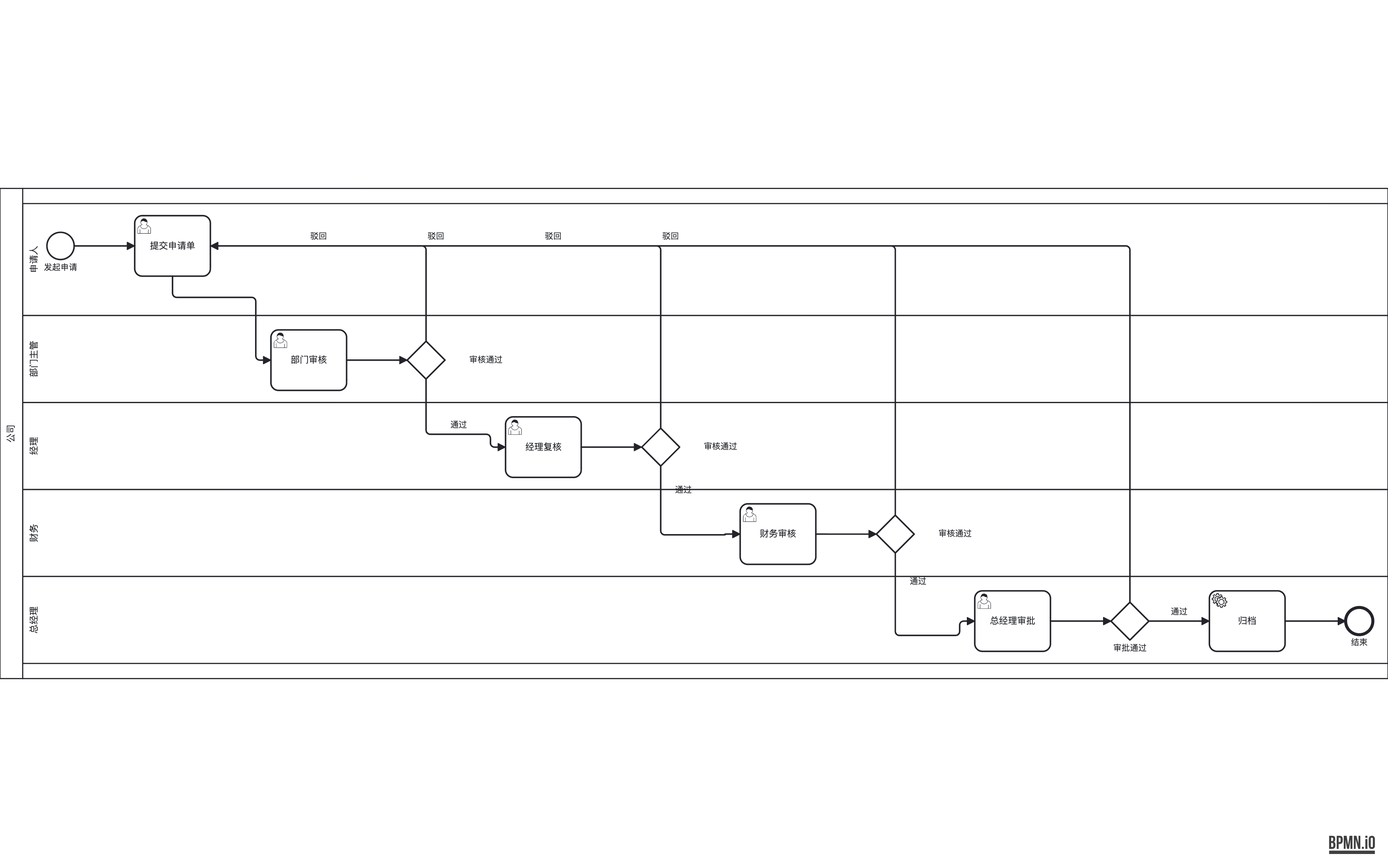
Earlier version of the BPMN export out-bpmn-png/39-approval-reject-merge.png (LcpMarvel/tramito-layout). Its source is kept beside it as out-xml/39-approval-reject-merge.bpmn. Ids are renumbered.
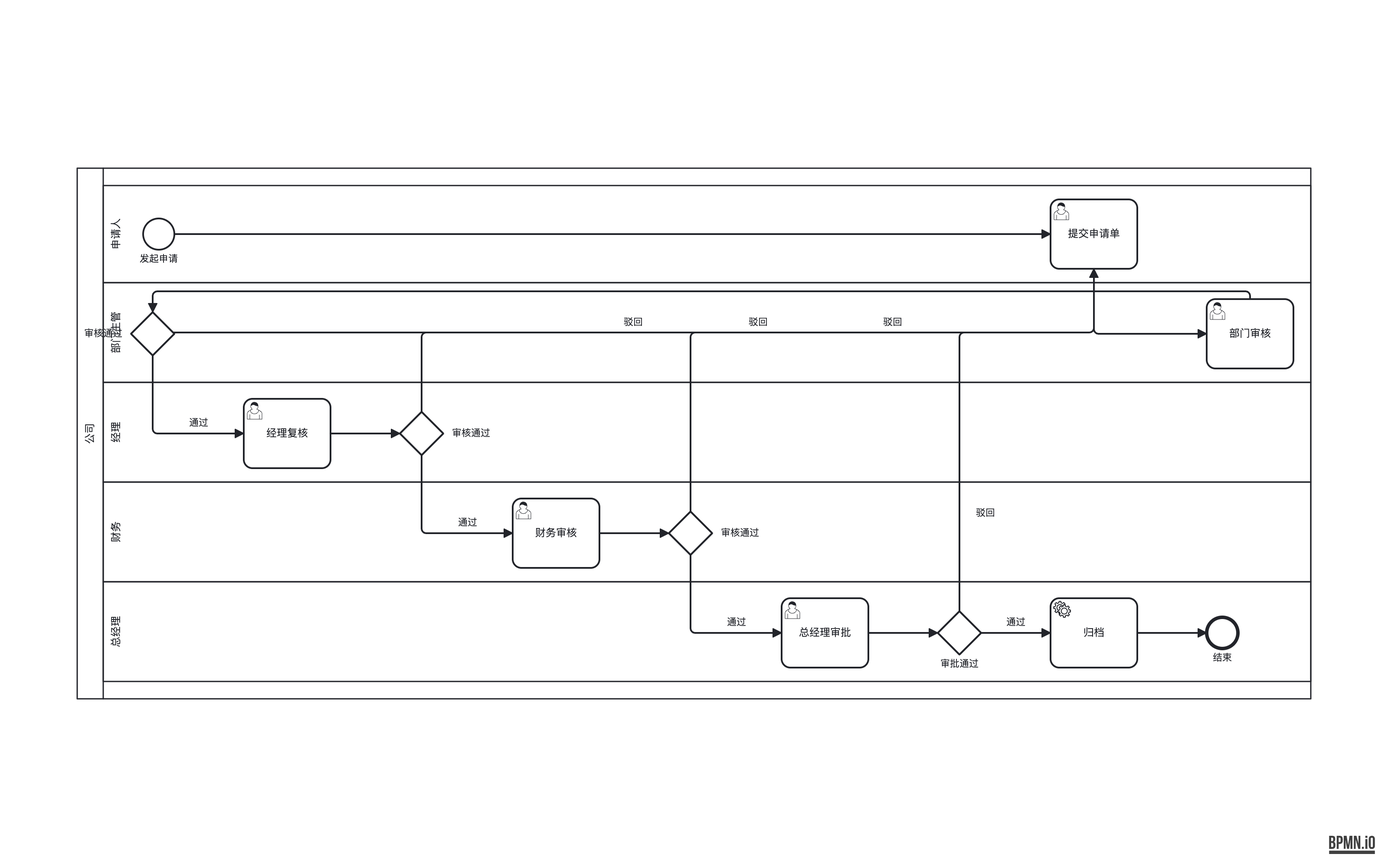
The same diagram one commit later.

What changed in the source:
```diff
@@ -100,179 +100,176 @@
   <bpmndi:BPMNDiagram id="BPMNDiagram_definitions_approval_reject_merge" name="BPMNDiagram">
     <bpmndi:BPMNPlane id="BPMNPlane_definitions_approval_reject_merge" bpmnElement="collaboration_1">
       <bpmndi:BPMNShape id="collaboration_1_di" bpmnElement="collaboration_1">
-        <dc:Bounds x="0" y="0" width="1834" height="648" />
+        <dc:Bounds x="0" y="0" width="1422" height="612" />
       </bpmndi:BPMNShape>
       <bpmndi:BPMNShape id="pool_company_di" bpmnElement="pool_company" isHorizontal="true">
-        <dc:Bounds x="0" y="0" width="1834" height="648" />
+        <dc:Bounds x="0" y="0" width="1422" height="612" />
       </bpmndi:BPMNShape>
       <bpmndi:BPMNShape id="lane_applicant_di" bpmnElement="lane_applicant" isHorizontal="true">
-        <dc:Bounds x="30" y="20" width="1804" height="148" />
+        <dc:Bounds x="30" y="20" width="1392" height="112" />
       </bpmndi:BPMNShape>
       <bpmndi:BPMNShape id="start_apply_di" bpmnElement="start_apply">
-        <dc:Bounds x="62" y="58" width="36" height="36" />
+        <dc:Bounds x="76" y="58" width="36" height="36" />
         <bpmndi:BPMNLabel>
-          <dc:Bounds x="30" y="98" width="100" height="14" />
+          <dc:Bounds x="44" y="98" width="100" height="14" />
         </bpmndi:BPMNLabel>
       </bpmndi:BPMNShape>
       <bpmndi:BPMNShape id="task_submit_di" bpmnElement="task_submit">
-        <dc:Bounds x="178" y="36" width="100" height="80" />
+        <dc:Bounds x="1122" y="36" width="100" height="80" />
       </bpmndi:BPMNShape>
       <bpmndi:BPMNShape id="lane_dept_di" bpmnElement="lane_dept" isHorizontal="true">
-        <dc:Bounds x="30" y="168" width="1804" height="115" />
+        <dc:Bounds x="30" y="132" width="1392" height="115" />
       </bpmndi:BPMNShape>
       <bpmndi:BPMNShape id="task_dept_di" bpmnElement="task_dept">
-        <dc:Bounds x="358" y="187" width="100" height="80" />
+        <dc:Bounds x="1302" y="151" width="100" height="80" />
       </bpmndi:BPMNShape>
       <bpmndi:BPMNShape id="gw_dept_di" bpmnElement="gw_dept">
-        <dc:Bounds x="538" y="202" width="50" height="50" />
+        <dc:Bounds x="62" y="166" width="50" height="50" />
         <bpmndi:BPMNLabel>
-          <dc:Bounds x="592" y="220" width="100" height="14" />
+          <dc:Bounds x="2" y="184" width="56" height="14" />
         </bpmndi:BPMNLabel>
       </bpmndi:BPMNShape>
       <bpmndi:BPMNShape id="lane_manager_di" bpmnElement="lane_manager" isHorizontal="true">
-        <dc:Bounds x="30" y="283" width="1804" height="115" />
+        <dc:Bounds x="30" y="247" width="1392" height="115" />
       </bpmndi:BPMNShape>
       <bpmndi:BPMNShape id="task_mgr_di" bpmnElement="task_mgr">
-        <dc:Bounds x="668" y="302" width="100" height="80" />
+        <dc:Bounds x="192" y="266" width="100" height="80" />
       </bpmndi:BPMNShape>
       <bpmndi:BPMNShape id="gw_mgr_di" bpmnElement="gw_mgr">
-        <dc:Bounds x="848" y="317" width="50" height="50" />
+        <dc:Bounds x="372" y="281" width="50" height="50" />
         <bpmndi:BPMNLabel>
-          <dc:Bounds x="902" y="335" width="100" height="14" />
+          <dc:Bounds x="426" y="299" width="56" height="14" />
         </bpmndi:BPMNLabel>
       </bpmndi:BPMNShape>
       <bpmndi:BPMNShape id="lane_finance_di" bpmnElement="lane_finance" isHorizontal="true">
-        <dc:Bounds x="30" y="398" width="1804" height="115" />
+        <dc:Bounds x="30" y="362" width="1392" height="115" />
       </bpmndi:BPMNShape>
       <bpmndi:BPMNShape id="task_fin_di" bpmnElement="task_fin">
-        <dc:Bounds x="978" y="417" width="100" height="80" />
+        <dc:Bounds x="502" y="381" width="100" height="80" />
       </bpmndi:BPMNShape>
       <bpmndi:BPMNShape id="gw_fin_di" bpmnElement="gw_fin">
-        <dc:Bounds x="1158" y="432" width="50" height="50" />
+        <dc:Bounds x="682" y="396" width="50" height="50" />
         <bpmndi:BPMNLabel>
-          <dc:Bounds x="1212" y="450" width="100" height="14" />
+          <dc:Bounds x="736" y="414" width="56" height="14" />
         </bpmndi:BPMNLabel>
       </bpmndi:BPMNShape>
       <bpmndi:BPMNShape id="lane_gm_di" bpmnElement="lane_gm" isHorizontal="true">
-        <dc:Bounds x="30" y="513" width="1804" height="115" />
+        <dc:Bounds x="30" y="477" width="1392" height="115" />
       </bpmndi:BPMNShape>
       <bpmndi:BPMNShape id="task_gm_di" bpmnElement="task_gm">
-        <dc:Bounds x="1288" y="532" width="100" height="80" />
+        <dc:Bounds x="812" y="496" width="100" height="80" />
       </bpmndi:BPMNShape>
       <bpmndi:BPMNShape id="gw_gm_di" bpmnElement="gw_gm">
-        <dc:Bounds x="1468" y="547" width="50" height="50" />
+        <dc:Bounds x="992" y="511" width="50" height="50" />
         <bpmndi:BPMNLabel>
-          <dc:Bounds x="1443" y="601" width="100" height="14" />
+          <dc:Bounds x="989" y="565" width="56" height="14" />
         </bpmndi:BPMNLabel>
       </bpmndi:BPMNShape>
       <bpmndi:BPMNShape id="task_archive_di" bpmnElement="task_archive">
-        <dc:Bounds x="1598" y="532" width="100" height="80" />
+        <dc:Bounds x="1122" y="496" width="100" height="80" />
       </bpmndi:BPMNShape>
       <bpmndi:BPMNShape id="end_done_di" bpmnElement="end_done">
-        <dc:Bounds x="1778" y="554" width="36" height="36" />
+        <dc:Bounds x="1302" y="518" width="36" height="36" />
         <bpmndi:BPMNLabel>
-          <dc:Bounds x="1746" y="594" width="100" height="14" />
+          <dc:Bounds x="1270" y="558" width="100" height="14" />
         </bpmndi:BPMNLabel>
       </bpmndi:BPMNShape>
       <bpmndi:BPMNEdge id="f_start_submit_di" bpmnElement="f_start_submit">
-        <di:waypoint x="98" y="76" />
-        <di:waypoint x="178" y="76" />
+        <di:waypoint x="112" y="76" />
+        <di:waypoint x="1122" y="76" />
       </bpmndi:BPMNEdge>
       <bpmndi:BPMNEdge id="f_submit_dept_di" bpmnElement="f_submit_dept">
-        <di:waypoint x="228" y="116" />
-        <di:waypoint x="228" y="144" />
-        <di:waypoint x="338" y="144" />
-        <di:waypoint x="338" y="227" />
-        <di:waypoint x="358" y="227" />
+        <di:waypoint x="1172" y="116" />
+        <di:waypoint x="1172" y="191" />
+        <di:waypoint x="1302" y="191" />
       </bpmndi:BPMNEdge>
       <bpmndi:BPMNEdge id="f_dept_gw_di" bpmnElement="f_dept_gw">
-        <di:waypoint x="458" y="227" />
-        <di:waypoint x="538" y="227" />
+        <di:waypoint x="1352" y="151" />
+        <di:waypoint x="1352" y="142" />
+        <di:waypoint x="87" y="142" />
+        <di:waypoint x="87" y="166" />
       </bpmndi:BPMNEdge>
       <bpmndi:BPMNEdge id="f_dept_pass_di" bpmnElement="f_dept_pass">
-        <di:waypoint x="563" y="252" />
-        <di:waypoint x="563" y="325" />
-        <di:waypoint x="648" y="325" />
-        <di:waypoint x="648" y="342" />
-        <di:waypoint x="668" y="342" />
+        <di:waypoint x="87" y="216" />
+        <di:waypoint x="87" y="306" />
+        <di:waypoint x="192" y="306" />
         <bpmndi:BPMNLabel>
-          <dc:Bounds x="580.5" y="306" width="50" height="14" />
+          <dc:Bounds x="114.5" y="287" width="50" height="14" />
         </bpmndi:BPMNLabel>
       </bpmndi:BPMNEdge>
       <bpmndi:BPMNEdge id="f_dept_reject_di" bpmnElement="f_dept_reject">
-        <di:waypoint x="563" y="202" />
-        <di:waypoint x="563" y="76" />
-        <di:waypoint x="278" y="76" />
+        <di:waypoint x="110.5" y="189.5" />
+        <di:waypoint x="1172" y="189.5" />
+        <di:waypoint x="1172" y="116" />
         <bpmndi:BPMNLabel>
-          <dc:Bounds x="395.5" y="57" width="50" height="14" />
+          <dc:Bounds x="616.25" y="170.5" width="50" height="14" />
         </bpmndi:BPMNLabel>
       </bpmndi:BPMNEdge>
       <bpmndi:BPMNEdge id="f_mgr_gw_di" bpmnElement="f_mgr_gw">
-        <di:waypoint x="768" y="342" />
-        <di:waypoint x="848" y="342" />
+        <di:waypoint x="292" y="306" />
+        <di:waypoint x="372" y="306" />
       </bpmndi:BPMNEdge>
       <bpmndi:BPMNEdge id="f_mgr_pass_di" bpmnElement="f_mgr_pass">
-        <di:waypoint x="873" y="367" />
-        <di:waypoint x="873" y="458" />
-        <di:waypoint x="958" y="458" />
-        <di:waypoint x="958" y="457" />
-        <di:waypoint x="978" y="457" />
+        <di:waypoint x="397" y="331" />
+        <di:waypoint x="397" y="421" />
+        <di:waypoint x="502" y="421" />
         <bpmndi:BPMNLabel>
-          <dc:Bounds x="878" y="391.85" width="50" height="14" />
+          <dc:Bounds x="424.5" y="402" width="50" height="14" />
         </bpmndi:BPMNLabel>
       </bpmndi:BPMNEdge>
       <bpmndi:BPMNEdge id="f_mgr_reject_di" bpmnElement="f_mgr_reject">
-        <di:waypoint x="873" y="317" />
-        <di:waypoint x="873" y="76" />
-        <di:waypoint x="278" y="76" />
+        <di:waypoint x="397" y="281" />
+        <di:waypoint x="397" y="189.5" />
+        <di:waypoint x="1172" y="189.5" />
+        <di:waypoint x="1172" y="116" />
         <bpmndi:BPMNLabel>
-          <dc:Bounds x="550.5" y="57" width="50" height="14" />
+          <dc:Bounds x="759.5" y="170.5" width="50" height="14" />
         </bpmndi:BPMNLabel>
       </bpmndi:BPMNEdge>
       <bpmndi:BPMNEdge id="f_fin_gw_di" bpmnElement="f_fin_gw">
-        <di:waypoint x="1078" y="457" />
-        <di:waypoint x="1158" y="457" />
+        <di:waypoint x="602" y="421" />
+        <di:waypoint x="682" y="421" />
       </bpmndi:BPMNEdge>
       <bpmndi:BPMNEdge id="f_fin_pass_di" bpmnElement="f_fin_pass">
-        <di:waypoint x="1183" y="482" />
-        <di:waypoint x="1183" y="591" />
-        <di:waypoint x="1268" y="591" />
-        <di:waypoint x="1268" y="572" />
-        <di:waypoint x="1288" y="572" />
+        <di:waypoint x="707" y="446" />
+        <di:waypoint x="707" y="536" />
+        <di:waypoint x="812" y="536" />
         <bpmndi:BPMNLabel>
-          <dc:Bounds x="1188" y="513.15" width="50" height="14" />
+          <dc:Bounds x="734.5" y="517" width="50" height="14" />
         </bpmndi:BPMNLabel>
       </bpmndi:BPMNEdge>
       <bpmndi:BPMNEdge id="f_fin_reject_di" bpmnElement="f_fin_reject">
-        <di:waypoint x="1183" y="432" />
-        <di:waypoint x="1183" y="76" />
-        <di:waypoint x="278" y="76" />
+        <di:waypoint x="707" y="396" />
+        <di:waypoint x="707" y="189.5" />
+        <di:waypoint x="1172" y="189.5" />
+        <di:waypoint x="1172" y="116" />
         <bpmndi:BPMNLabel>
-          <dc:Bounds x="705.5" y="57" width="50" height="14" />
+          <dc:Bounds x="914.5" y="170.5" width="50" height="14" />
         </bpmndi:BPMNLabel>
       </bpmndi:BPMNEdge>
       <bpmndi:BPMNEdge id="f_gm_gw_di" bpmnElement="f_gm_gw">
-        <di:waypoint x="1388" y="572" />
-        <di:waypoint x="1468" y="572" />
+        <di:waypoint x="912" y="536" />
+        <di:waypoint x="992" y="536" />
       </bpmndi:BPMNEdge>
       <bpmndi:BPMNEdge id="f_gm_pass_di" bpmnElement="f_gm_pass">
-        <di:waypoint x="1518" y="572" />
-        <di:waypoint x="1598" y="572" />
+        <di:waypoint x="1042" y="536" />
+        <di:waypoint x="1122" y="536" />
         <bpmndi:BPMNLabel>
-          <dc:Bounds x="1533" y="553" width="50" height="14" />
+          <dc:Bounds x="1057" y="517" width="50" height="14" />
         </bpmndi:BPMNLabel>
       </bpmndi:BPMNEdge>
       <bpmndi:BPMNEdge id="f_gm_reject_di" bpmnElement="f_gm_reject">
-        <di:waypoint x="1493" y="547" />
-        <di:waypoint x="1493" y="76" />
-        <di:waypoint x="278" y="76" />
+        <di:waypoint x="1017" y="511" />
+        <di:waypoint x="1017" y="189.5" />
+        <di:waypoint x="1172" y="189.5" />
+        <di:waypoint x="1172" y="116" />
         <bpmndi:BPMNLabel>
-          <dc:Bounds x="860.5" y="57" width="50" height="14" />
+          <dc:Bounds x="1022" y="391.475" width="50" height="14" />
         </bpmndi:BPMNLabel>
       </bpmndi:BPMNEdge>
       <bpmndi:BPMNEdge id="f_archive_end_di" bpmnElement="f_archive_end">
-        <di:waypoint x="1698" y="572" />
-        <di:waypoint x="1778" y="572" />
+        <di:waypoint x="1222" y="536" />
+        <di:waypoint x="1302" y="536" />
       </bpmndi:BPMNEdge>
     </bpmndi:BPMNPlane>
   </bpmndi:BPMNDiagram>
```
